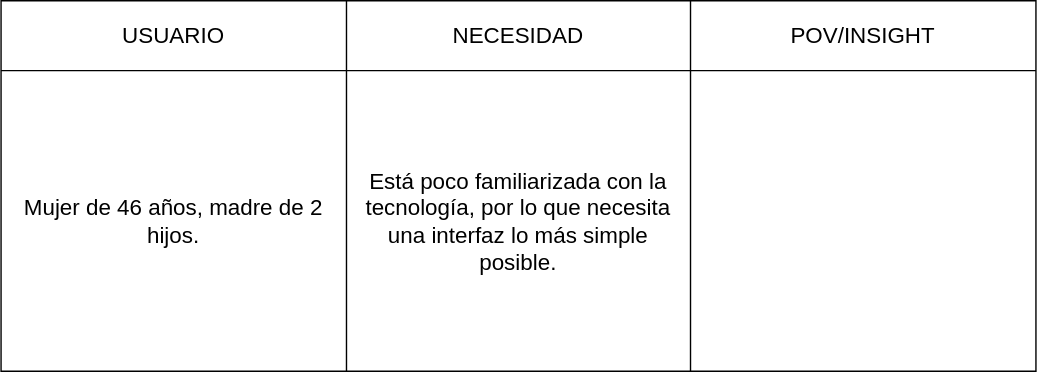
Earlier version of the draw.io export P2/imagenes/pov1.svg (dawae54/UX_CaseStudy). Source tidied: cells renumbered, new cells last; positions are measured from the earlier drawing's top-left corner, leaving out a move shared by most shapes. Its diagram source:
```xml
<mxGraphModel>
  <root>
    <mxCell id="0" />
    <mxCell id="1" parent="0" />
    <mxCell id="2" style="shape=table;startSize=0;fontSize=16;" parent="1" vertex="1">
      <mxGeometry width="740" height="265" as="geometry" />
    </mxCell>
    <mxCell id="3" style="shape=tableRow;horizontal=0;startSize=0;swimlaneHead=0;swimlaneBody=0;strokeColor=inherit;top=0;left=0;bottom=0;right=0;fillColor=none;fontSize=16;" parent="2" vertex="1">
      <mxGeometry width="740" height="50" as="geometry" />
    </mxCell>
    <mxCell id="4" value="USUARIO" style="shape=partialRectangle;html=1;whiteSpace=wrap;strokeColor=inherit;overflow=hidden;fillColor=none;top=0;left=0;bottom=0;right=0;fontSize=16;" parent="3" vertex="1">
      <mxGeometry width="247" height="50" as="geometry" />
    </mxCell>
    <mxCell id="5" value="NECESIDAD" style="shape=partialRectangle;html=1;whiteSpace=wrap;strokeColor=inherit;overflow=hidden;fillColor=none;top=0;left=0;bottom=0;right=0;fontSize=16;" parent="3" vertex="1">
      <mxGeometry x="247" width="246" height="50" as="geometry" />
    </mxCell>
    <mxCell id="6" value="POV/INSIGHT" style="shape=partialRectangle;html=1;whiteSpace=wrap;strokeColor=inherit;overflow=hidden;fillColor=none;top=0;left=0;bottom=0;right=0;fontSize=16;" parent="3" vertex="1">
      <mxGeometry x="493" width="247" height="50" as="geometry" />
    </mxCell>
    <mxCell id="7" style="shape=tableRow;horizontal=0;startSize=0;swimlaneHead=0;swimlaneBody=0;strokeColor=inherit;top=0;left=0;bottom=0;right=0;fillColor=none;fontSize=16;" parent="2" vertex="1">
      <mxGeometry y="50" width="740" height="215" as="geometry" />
    </mxCell>
    <mxCell id="8" value="Mujer de 46 años, madre de 2 hijos." style="shape=partialRectangle;html=1;whiteSpace=wrap;strokeColor=inherit;overflow=hidden;fillColor=none;top=0;left=0;bottom=0;right=0;fontSize=16;" parent="7" vertex="1">
      <mxGeometry width="247" height="215" as="geometry" />
    </mxCell>
    <mxCell id="9" value="Está poco familiarizada con la tecnología, por lo que necesita una interfaz lo más simple posible." style="shape=partialRectangle;html=1;whiteSpace=wrap;strokeColor=inherit;overflow=hidden;fillColor=none;top=0;left=0;bottom=0;right=0;fontSize=16;" parent="7" vertex="1">
      <mxGeometry x="247" width="246" height="215" as="geometry" />
    </mxCell>
    <mxCell id="10" style="shape=partialRectangle;html=1;whiteSpace=wrap;strokeColor=inherit;overflow=hidden;fillColor=none;top=0;left=0;bottom=0;right=0;fontSize=16;" parent="7" vertex="1">
      <mxGeometry x="493" width="247" height="215" as="geometry" />
    </mxCell>
  </root>
</mxGraphModel>
```
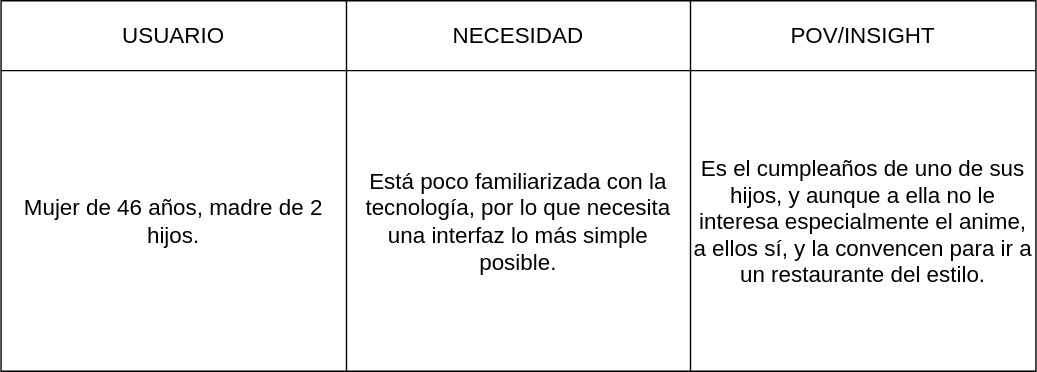
After the change.

What changed in the source:
```diff
@@ -26,7 +26,7 @@
     <mxCell id="9" value="Está poco familiarizada con la tecnología, por lo que necesita una interfaz lo más simple posible." style="shape=partialRectangle;html=1;whiteSpace=wrap;strokeColor=inherit;overflow=hidden;fillColor=none;top=0;left=0;bottom=0;right=0;fontSize=16;" parent="7" vertex="1">
       <mxGeometry x="247" width="246" height="215" as="geometry" />
     </mxCell>
-    <mxCell id="10" style="shape=partialRectangle;html=1;whiteSpace=wrap;strokeColor=inherit;overflow=hidden;fillColor=none;top=0;left=0;bottom=0;right=0;fontSize=16;" parent="7" vertex="1">
+    <mxCell id="10" value="Es el cumpleaños de uno de sus hijos, y aunque a ella no le interesa especialmente el anime, a ellos sí, y la convencen para ir a un restaurante del estilo." style="shape=partialRectangle;html=1;whiteSpace=wrap;strokeColor=inherit;overflow=hidden;fillColor=none;top=0;left=0;bottom=0;right=0;fontSize=16;" parent="7" vertex="1">
       <mxGeometry x="493" width="247" height="215" as="geometry" />
     </mxCell>
   </root>
```
